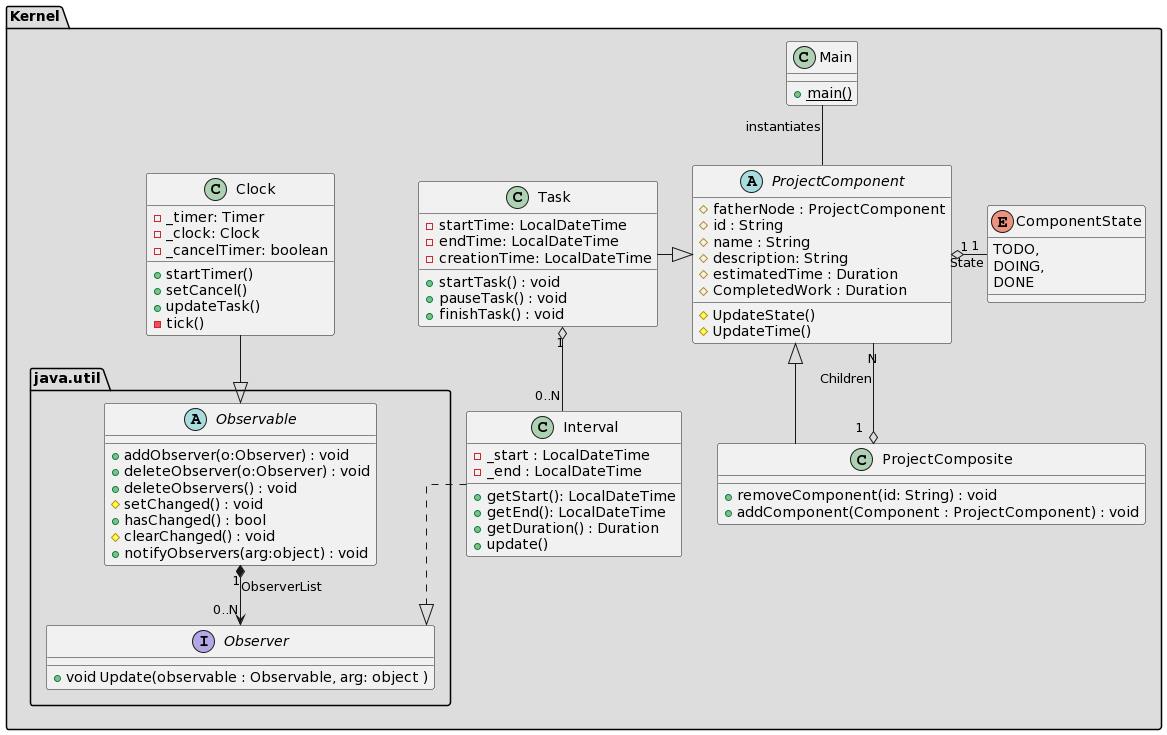
The PlantUML diagram UML/ClassDiagram.png in 1533545/DS, before a commit.
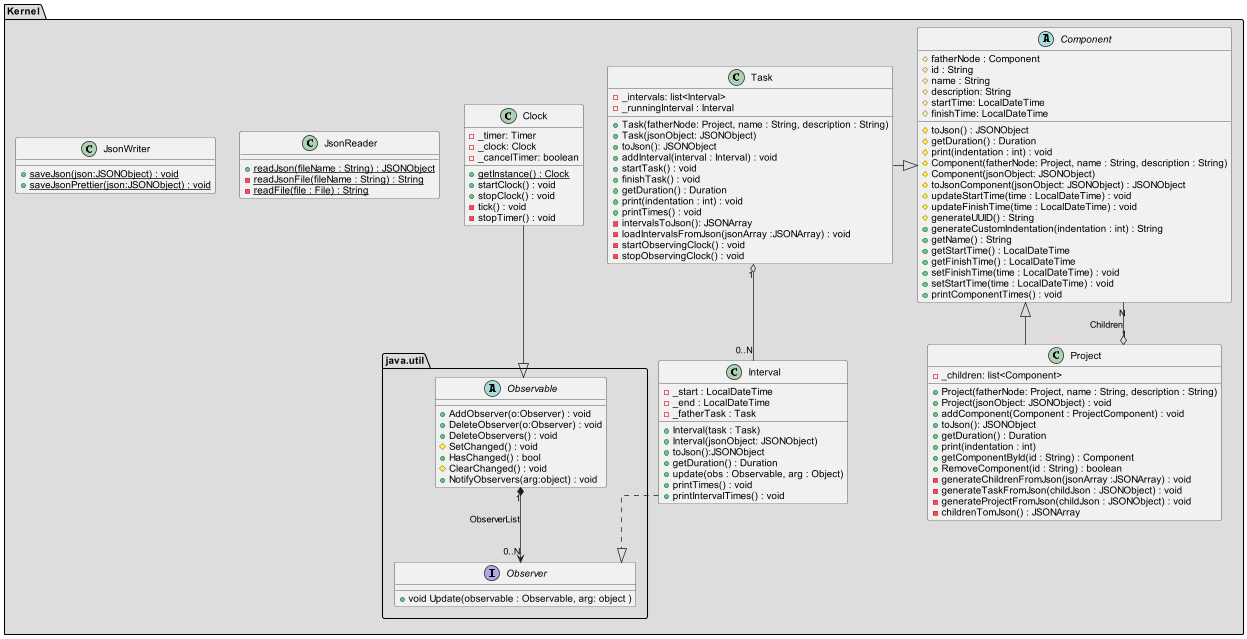
Above is the later version.

What changed in the source:
```diff
@@ -1,74 +1,116 @@
 @startuml
+
 skinparam linetype ortho
+
+package "Kernel" #DDDDDD {
+
+  Abstract Component {
+      #fatherNode : Component
+      #id : String
+      #name : String
+      #description: String
+      #startTime: LocalDateTime
+      #finishTime: LocalDateTime
+      #toJson() : JSONObject
+      #getDuration() : Duration
+      #print(indentation : int) : void
+      #Component(fatherNode: Project, name : String, description : String)
+      #Component(jsonObject: JSONObject)
+      #toJsonComponent(jsonObject: JSONObject) : JSONObject
+      #updateStartTime(time : LocalDateTime) : void
+      #updateFinishTime(time : LocalDateTime) : void
+      #generateUUID() : String
+      +generateCustomIndentation(indentation : int) : String
+      +getName() : String
+      +getStartTime() : LocalDateTime
+      +getFinishTime() : LocalDateTime
+      +setFinishTime(time : LocalDateTime) : void
+      +setStartTime(time : LocalDateTime) : void
+      +printComponentTimes() : void
 
 
 
-package "Kernel" #DDDDDD {
-  class Main {
-    +{static}main()
   }
 
-  Abstract ProjectComponent {
-      #fatherNode : ProjectComponent
-      #id : String
-      #name : String
-      #description: String
-      #estimatedTime : Duration
-      #CompletedWork : Duration
-      #UpdateState()
-      #UpdateTime()
+  class Project {
+     -_children: list<Component>
+     +Project(fatherNode: Project, name : String, description : String)
+     +Project(jsonObject: JSONObject) : void
+     +addComponent(Component : ProjectComponent) : void
+     +toJson(): JSONObject
+     +getDuration() : Duration
+     +print(indentation : int)
+     +getComponentById(id : String) : Component
+     +RemoveComponent(id : String) : boolean
+     -generateChildrenFromJson(jsonArray :JSONArray) : void
+     -generateTaskFromJson(childJson : JSONObject) : void
+     -generateProjectFromJson(childJson : JSONObject) : void
+     -childrenTomJson() : JSONArray
   }
 
-  class ProjectComposite {
-     +removeComponent(id: String) : void
-     +addComponent(Component : ProjectComponent) : void
-   }
-
   class Task {
-    -startTime: LocalDateTime
-    -endTime: LocalDateTime
-    -creationTime: LocalDateTime
+    -_intervals: list<Interval>
+    -_runningInterval : Interval
+    +Task(fatherNode: Project, name : String, description : String)
+    +Task(jsonObject: JSONObject)
+    +toJson(): JSONObject
+    +addInterval(interval : Interval) : void
     +startTask() : void
-    +pauseTask() : void
     +finishTask() : void
-  }
-
-  enum ComponentState {
-    TODO,
-    DOING,
-    DONE
+    +getDuration() : Duration
+    +print(indentation : int) : void
+    +printTimes() : void
+    -intervalsToJson(): JSONArray
+    -loadIntervalsFromJson(jsonArray :JSONArray) : void
+    -startObservingClock() : void
+    -stopObservingClock() : void
   }
 
   class Interval {
     -_start : LocalDateTime
     -_end : LocalDateTime
-    +getStart(): LocalDateTime
-    +getEnd(): LocalDateTime
+    -_fatherTask : Task
+    +Interval(task : Task)
+    +Interval(jsonObject: JSONObject)
+    +toJson():JSONObject
     +getDuration() : Duration
-    +update()
+    +update(obs : Observable, arg : Object)
+    +printTimes() : void
+    +printIntervalTimes() : void
   }
 
   class Clock{
   -_timer: Timer
-  - _clock: Clock
+  -_clock: Clock
   -_cancelTimer: boolean
-  +startTimer()
-  +setCancel()
-  +updateTask()
-  -tick()
+  + {static} getInstance() : Clock
+  +startClock() : void
+  +stopClock() : void
+  -tick() : void
+  -stopTimer() : void
+  }
 
+  class JsonReader {
+    + {static} readJson(fileName : String) : JSONObject
+    - {static} readJsonFile(fileName : String) : String
+    - {static} readFile(file : File) : String
+  }
+
+  class JsonWriter {
+    + {static} saveJson(json:JSONObject) : void
+    + {static} saveJsonPrettier(json:JSONObject) : void
   }
 
   package "java.util"
   {
       abstract Observable {
-        +addObserver(o:Observer) : void
-        +deleteObserver(o:Observer) : void
-        +deleteObservers() : void
-        #setChanged() : void
-        +hasChanged() : bool
-        #clearChanged() : void
-        +notifyObservers(arg:object) : void
+        +AddObserver(o:Observer) : void
+        +DeleteObserver(o:Observer) : void
+        +DeleteObservers() : void
+        #SetChanged() : void
+        +HasChanged() : bool
+        #ClearChanged() : void
+        +NotifyObservers(arg:object) : void
       }
       interface Observer
       {
@@ -79,12 +121,11 @@
 
 }
 
-  Task -right-|> ProjectComponent
-  ProjectComponent "1" o-right- "1" ComponentState : State
-  ProjectComponent <|-- ProjectComposite
-  ProjectComponent "N" --o "1" ProjectComposite : Children
+  Task -right-|> Component
+  Component <|-- Project
+  Component "N" --o "1" Project : Children
   Task "1" o-- "0..N" Interval
   Interval ..|> Observer
-  Main -- ProjectComponent: "instantiates"
   Clock --|> Observable
+
 @enduml
```
